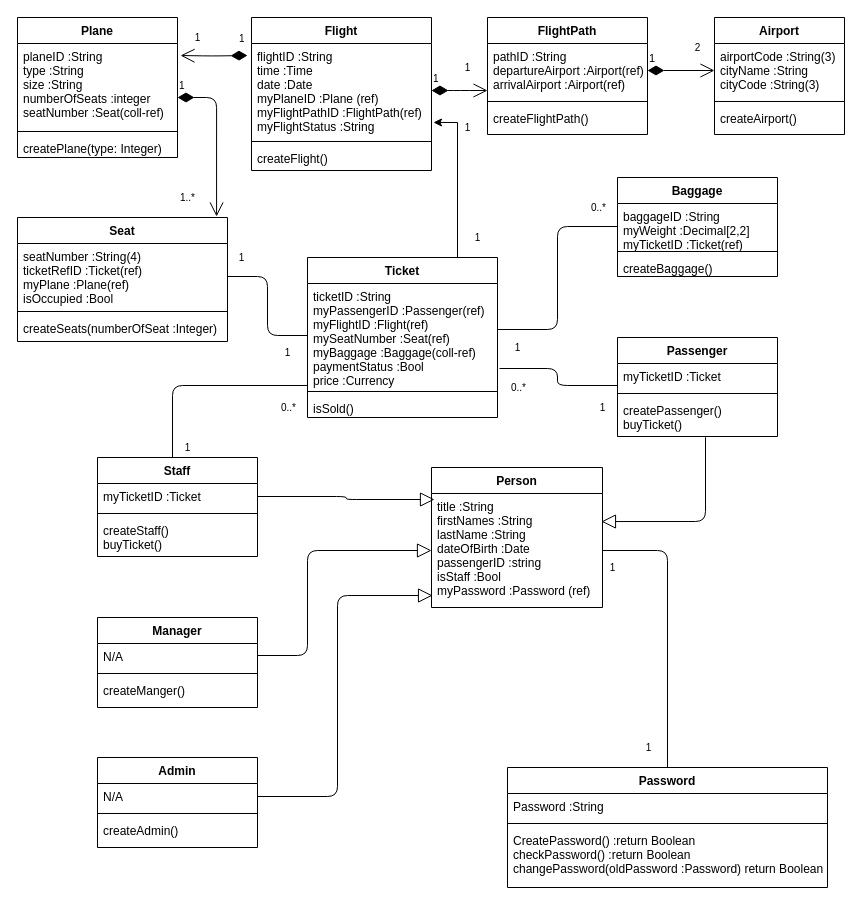
This is Untitled Diagram.drawio from trannthany/Jade_OOD, a draw.io file, before an edit. Source tidied: cells renumbered, new cells numbered last; positions are measured from the earlier drawing's top-left corner, leaving out a move shared by most shapes. Both pictures are drawn from the tidied source at 100%, with x=0, y=0 at pixel (17, 17).
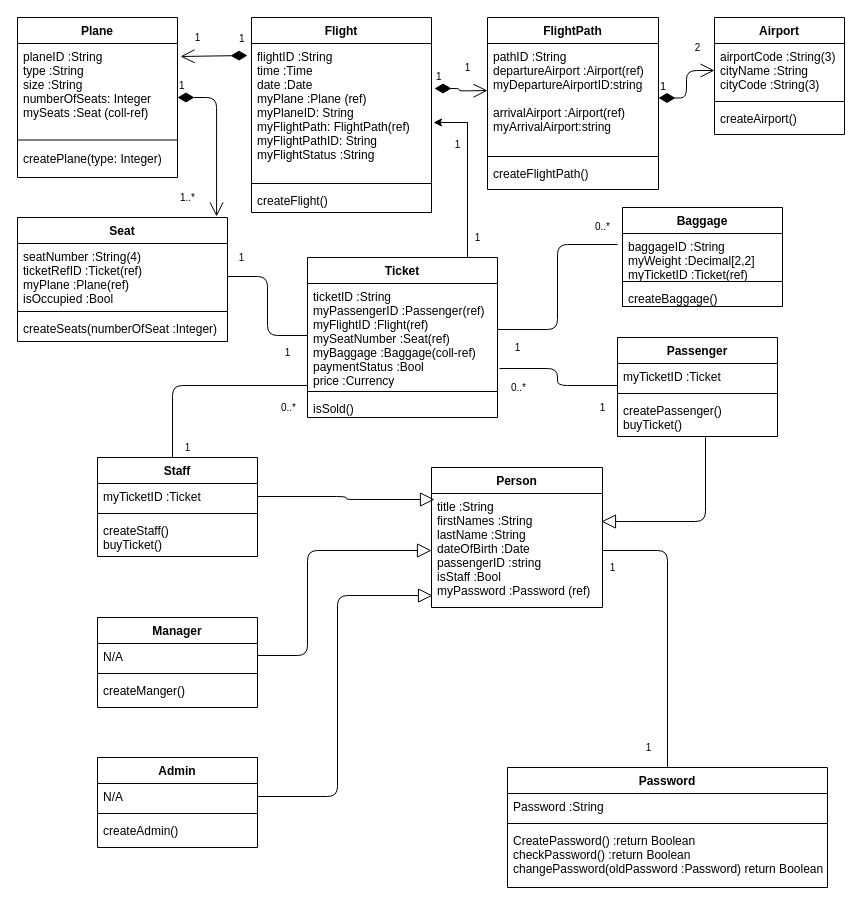
After the change.

The change refers to these unchanged cells:
```xml
<mxCell id="19" value="Ticket" style="swimlane;fontStyle=1;align=center;verticalAlign=top;horizontal=1;startSize=26;" parent="1" vertex="1">
  <mxGeometry x="290" y="240" width="190" height="160" as="geometry" />
</mxCell>
```

Diff of the diagram source:
```diff
@@
     <mxCell id="6" value="FlightPath" style="swimlane;fontStyle=1;align=center;verticalAlign=top;horizontal=1;startSize=26;" parent="1" vertex="1">
-      <mxGeometry x="470" width="160" height="117" as="geometry" />
+      <mxGeometry x="470" width="171" height="172" as="geometry" />
     </mxCell>
-    <mxCell id="7" value="pathID :String&#10;departureAirport :Airport(ref)&#10;arrivalAirport :Airport(ref)" style="text;strokeColor=none;fillColor=none;align=left;verticalAlign=top;spacingLeft=4;spacingRight=4;overflow=hidden;points=[[0,0.5],[1,0.5]];portConstraint=eastwest;" parent="6" vertex="1">
-      <mxGeometry y="26" width="160" height="54" as="geometry" />
+    <mxCell id="7" value="pathID :String&#10;departureAirport :Airport(ref)&#10;myDepartureAirportID:string&#10;&#10;arrivalAirport :Airport(ref)&#10;myArrivalAirport:string&#10;" style="text;strokeColor=none;fillColor=none;align=left;verticalAlign=top;spacingLeft=4;spacingRight=4;overflow=hidden;points=[[0,0.5],[1,0.5]];portConstraint=eastwest;" parent="6" vertex="1">
+      <mxGeometry y="26" width="171" height="109" as="geometry" />
     </mxCell>
     <mxCell id="8" style="line;strokeWidth=1;fillColor=none;align=left;verticalAlign=middle;spacingTop=-1;spacingLeft=3;spacingRight=3;labelPosition=right;" parent="6" vertex="1">
-      <mxGeometry y="80" width="160" height="8" as="geometry" />
+      <mxGeometry y="135" width="171" height="8" as="geometry" />
     </mxCell>
     <mxCell id="9" value="createFlightPath()&#10;" style="text;strokeColor=none;fillColor=none;align=left;verticalAlign=top;spacingLeft=4;spacingRight=4;overflow=hidden;" parent="6" vertex="1">
-      <mxGeometry y="88" width="160" height="29" as="geometry" />
+      <mxGeometry y="143" width="171" height="29" as="geometry" />
     </mxCell>
     <mxCell id="10" value="Flight" style="swimlane;fontStyle=1;align=center;verticalAlign=top;horizontal=1;startSize=26;" parent="1" vertex="1">
-      <mxGeometry x="234" width="180" height="153" as="geometry" />
+      <mxGeometry x="234" width="180" height="195" as="geometry" />
     </mxCell>
-    <mxCell id="11" value="flightID :String&#10;time :Time&#10;date :Date&#10;myPlaneID :Plane (ref)&#10;myFlightPathID :FlightPath(ref)&#10;myFlightStatus :String" style="text;strokeColor=none;fillColor=none;align=left;verticalAlign=top;spacingLeft=4;spacingRight=4;overflow=hidden;points=[[0,0.5],[1,0.5]];portConstraint=eastwest;" parent="10" vertex="1">
-      <mxGeometry y="26" width="180" height="94" as="geometry" />
+    <mxCell id="11" value="flightID :String&#10;time :Time&#10;date :Date&#10;myPlane :Plane (ref)&#10;myPlaneID: String&#10;myFlightPath: FlightPath(ref)&#10;myFlightPathID: String&#10;myFlightStatus :String" style="text;strokeColor=none;fillColor=none;align=left;verticalAlign=top;spacingLeft=4;spacingRight=4;overflow=hidden;points=[[0,0.5],[1,0.5]];portConstraint=eastwest;" parent="10" vertex="1">
+      <mxGeometry y="26" width="180" height="136" as="geometry" />
     </mxCell>
     <mxCell id="12" style="line;strokeWidth=1;fillColor=none;align=left;verticalAlign=middle;spacingTop=-1;spacingLeft=3;spacingRight=3;labelPosition=right;" parent="10" vertex="1">
-      <mxGeometry y="120" width="180" height="8" as="geometry" />
+      <mxGeometry y="162" width="180" height="8" as="geometry" />
     </mxCell>
     <mxCell id="13" value="createFlight()" style="text;strokeColor=none;fillColor=none;align=left;verticalAlign=top;spacingLeft=4;spacingRight=4;overflow=hidden;" parent="10" vertex="1">
-      <mxGeometry y="128" width="180" height="25" as="geometry" />
+      <mxGeometry y="170" width="180" height="25" as="geometry" />
     </mxCell>
     <mxCell id="14" value="Plane" style="swimlane;fontStyle=1;align=center;verticalAlign=top;horizontal=1;startSize=26;" parent="1" vertex="1">
-      <mxGeometry width="160" height="140" as="geometry" />
+      <mxGeometry width="160" height="160" as="geometry" />
     </mxCell>
-    <mxCell id="15" value="planeID :String&#10;type :String&#10;size :String&#10;numberOfSeats :integer&#10;seatNumber :Seat(coll-ref)" style="text;strokeColor=none;fillColor=none;align=left;verticalAlign=top;spacingLeft=4;spacingRight=4;overflow=hidden;points=[[0,0.5],[1,0.5]];portConstraint=eastwest;" parent="14" vertex="1">
-      <mxGeometry y="26" width="160" height="84" as="geometry" />
+    <mxCell id="15" value="planeID :String&#10;type :String&#10;size :String&#10;numberOfSeats: Integer&#10;mySeats :Seat (coll-ref)" style="text;strokeColor=none;fillColor=none;align=left;verticalAlign=top;spacingLeft=4;spacingRight=4;overflow=hidden;points=[[0,0.5],[1,0.5]];portConstraint=eastwest;" parent="14" vertex="1">
+      <mxGeometry y="26" width="160" height="91" as="geometry" />
     </mxCell>
     <mxCell id="16" style="line;strokeWidth=1;fillColor=none;align=left;verticalAlign=middle;spacingTop=-1;spacingLeft=3;spacingRight=3;labelPosition=right;" parent="14" vertex="1">
-      <mxGeometry y="110" width="160" height="8" as="geometry" />
+      <mxGeometry y="117" width="160" height="11" as="geometry" />
     </mxCell>
     <mxCell id="17" value="createPlane(type: Integer)" style="text;strokeColor=none;fillColor=none;align=left;verticalAlign=top;spacingLeft=4;spacingRight=4;overflow=hidden;" parent="14" vertex="1">
-      <mxGeometry y="118" width="160" height="22" as="geometry" />
+      <mxGeometry y="128" width="160" height="32" as="geometry" />
     </mxCell>
-    <mxCell id="18" style="edgeStyle=orthogonalEdgeStyle;rounded=0;jettySize=auto;html=1;exitX=0.75;exitY=0;exitDx=0;exitDy=0;entryX=1.011;entryY=0.84;entryDx=0;entryDy=0;entryPerimeter=0;fontSize=10;" parent="1" edge="1" source="19" target="11">
+    <mxCell id="18" style="edgeStyle=orthogonalEdgeStyle;rounded=0;jettySize=auto;html=1;exitX=0.75;exitY=0;exitDx=0;exitDy=0;fontSize=10;" parent="1" edge="1" source="19">
       <mxGeometry relative="1" as="geometry">
+        <mxPoint x="416" y="105" as="targetPoint" />
         <Array as="points">
-          <mxPoint x="440" y="240" />
-          <mxPoint x="440" y="105" />
+          <mxPoint x="450" y="240" />
+          <mxPoint x="450" y="105" />
+          <mxPoint x="416" y="105" />
         </Array>
       </mxGeometry>
     </mxCell>
@@
-    <mxCell id="27" value="Baggage" style="swimlane;fontStyle=1;align=center;verticalAlign=top;horizontal=1;startSize=26;" parent="1" vertex="1">
-      <mxGeometry x="600" y="160" width="160" height="99" as="geometry" />
-    </mxCell>
-    <mxCell id="28" value="baggageID :String&#10;myWeight :Decimal[2,2]&#10;myTicketID :Ticket(ref)" style="text;strokeColor=none;fillColor=none;align=left;verticalAlign=top;spacingLeft=4;spacingRight=4;overflow=hidden;points=[[0,0.5],[1,0.5]];portConstraint=eastwest;" parent="27" vertex="1">
-      <mxGeometry y="26" width="160" height="44" as="geometry" />
-    </mxCell>
-    <mxCell id="29" style="line;strokeWidth=1;fillColor=none;align=left;verticalAlign=middle;spacingTop=-1;spacingLeft=3;spacingRight=3;labelPosition=right;" parent="27" vertex="1">
-      <mxGeometry y="70" width="160" height="8" as="geometry" />
-    </mxCell>
-    <mxCell id="30" value="createBaggage()" style="text;strokeColor=none;fillColor=none;align=left;verticalAlign=top;spacingLeft=4;spacingRight=4;overflow=hidden;" parent="27" vertex="1">
-      <mxGeometry y="78" width="160" height="21" as="geometry" />
-    </mxCell>
@@
-    <mxCell id="33" value="1" style="endArrow=open;html=1;endSize=12;startArrow=diamondThin;startSize=14;startFill=1;edgeStyle=orthogonalEdgeStyle;align=left;verticalAlign=bottom;fontSize=10;exitX=1;exitY=0.5;exitDx=0;exitDy=0;" parent="1" edge="1" source="11">
+    <mxCell id="33" value="1" style="endArrow=open;html=1;endSize=12;startArrow=diamondThin;startSize=14;startFill=1;edgeStyle=orthogonalEdgeStyle;align=left;verticalAlign=bottom;fontSize=10;exitX=1.017;exitY=0.331;exitDx=0;exitDy=0;exitPerimeter=0;" parent="1" edge="1" source="11">
       <mxGeometry x="-1" y="3" relative="1" as="geometry">
         <mxPoint x="470" y="73" as="targetPoint" />
       </mxGeometry>
     </mxCell>
@@
     <mxCell id="39" value="1" style="text;html=1;align=center;verticalAlign=middle;fillColor=none;strokeColor=none;rounded=0;fontSize=10;" parent="1" vertex="1">
-      <mxGeometry x="440" y="100" width="20" height="20" as="geometry" />
+      <mxGeometry x="430" y="117" width="20" height="20" as="geometry" />
     </mxCell>
@@
-    <mxCell id="59" style="endArrow=none;html=1;fontSize=10;edgeStyle=elbowEdgeStyle;" parent="1" edge="1">
+    <mxCell id="59" style="endArrow=none;html=1;fontSize=10;edgeStyle=elbowEdgeStyle;entryX=-0.031;entryY=0.25;entryDx=0;entryDy=0;entryPerimeter=0;" parent="1" edge="1" target="28">
       <mxGeometry relative="1" as="geometry">
         <mxPoint x="480" y="312" as="sourcePoint" />
-        <mxPoint x="600" y="209" as="targetPoint" />
       </mxGeometry>
     </mxCell>
@@
     <mxCell id="61" value="0..*" style="text;html=1;align=center;verticalAlign=middle;fillColor=none;strokeColor=none;rounded=0;fontSize=10;" parent="1" vertex="1">
-      <mxGeometry x="567" y="181" width="27" height="18" as="geometry" />
+      <mxGeometry x="571.5" y="200" width="27" height="18" as="geometry" />
     </mxCell>
@@
+    <mxCell id="27" value="Baggage" style="swimlane;fontStyle=1;align=center;verticalAlign=top;horizontal=1;startSize=26;" parent="1" vertex="1">
+      <mxGeometry x="605" y="190" width="160" height="99" as="geometry" />
+    </mxCell>
+    <mxCell id="28" value="baggageID :String&#10;myWeight :Decimal[2,2]&#10;myTicketID :Ticket(ref)" style="text;strokeColor=none;fillColor=none;align=left;verticalAlign=top;spacingLeft=4;spacingRight=4;overflow=hidden;points=[[0,0.5],[1,0.5]];portConstraint=eastwest;" parent="27" vertex="1">
+      <mxGeometry y="26" width="160" height="44" as="geometry" />
+    </mxCell>
+    <mxCell id="29" style="line;strokeWidth=1;fillColor=none;align=left;verticalAlign=middle;spacingTop=-1;spacingLeft=3;spacingRight=3;labelPosition=right;" parent="27" vertex="1">
+      <mxGeometry y="70" width="160" height="8" as="geometry" />
+    </mxCell>
+    <mxCell id="30" value="createBaggage()" style="text;strokeColor=none;fillColor=none;align=left;verticalAlign=top;spacingLeft=4;spacingRight=4;overflow=hidden;" parent="27" vertex="1">
+      <mxGeometry y="78" width="160" height="21" as="geometry" />
+    </mxCell>
```
